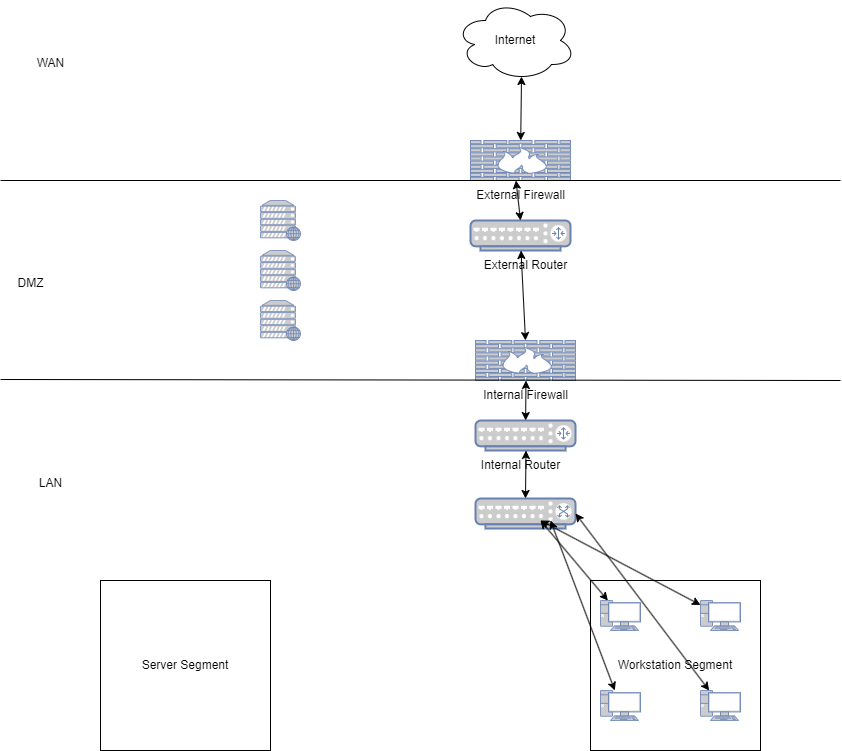
Before: secure network design.drawio.png, a diagram exported from draw.io (owen-rich/Network-Security). Source tidied: cells renumbered, new cells last; positions are measured from the earlier drawing's top-left corner, leaving out a move shared by most shapes.
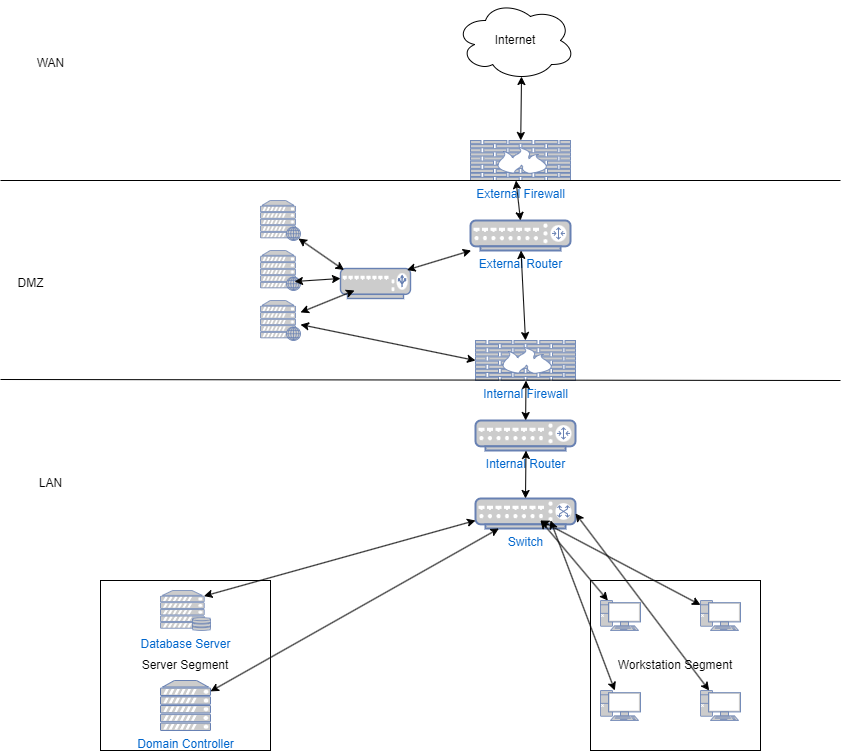
The same file after the commit.

The edit, as a diff of the source:
```diff
@@ -2,24 +2,18 @@
   <root>
     <mxCell id="0" />
     <mxCell id="1" parent="0" />
-    <mxCell id="2" style="fontColor=#0066CC;verticalAlign=top;verticalLabelPosition=bottom;labelPosition=center;align=center;html=1;outlineConnect=0;fillColor=#CCCCCC;strokeColor=#6881B3;gradientColor=none;gradientDirection=north;strokeWidth=2;shape=mxgraph.networks.firewall;" parent="1" vertex="1">
+    <mxCell id="2" value="External Firewall" style="fontColor=#0066CC;verticalAlign=top;verticalLabelPosition=bottom;labelPosition=center;align=center;html=1;outlineConnect=0;fillColor=#CCCCCC;strokeColor=#6881B3;gradientColor=none;gradientDirection=north;strokeWidth=2;shape=mxgraph.networks.firewall;" parent="1" vertex="1">
       <mxGeometry x="470" y="140" width="100" height="40" as="geometry" />
     </mxCell>
-    <mxCell id="3" value="External Firewall" style="text;html=1;align=center;verticalAlign=middle;strokeColor=none;fillColor=none;" parent="1" vertex="1">
-      <mxGeometry x="465" y="180" width="110" height="30" as="geometry" />
-    </mxCell>
     <mxCell id="4" value="Internet" style="ellipse;shape=cloud;whiteSpace=wrap;html=1;" parent="1" vertex="1">
       <mxGeometry x="455" width="120" height="80" as="geometry" />
     </mxCell>
     <mxCell id="5" style="endArrow=classic;startArrow=classic;html=1;rounded=0;entryX=0.55;entryY=0.95;entryDx=0;entryDy=0;entryPerimeter=0;" parent="1" edge="1" source="2" target="4">
       <mxGeometry relative="1" as="geometry" />
     </mxCell>
-    <mxCell id="6" style="fontColor=#0066CC;verticalAlign=top;verticalLabelPosition=bottom;labelPosition=center;align=center;html=1;outlineConnect=0;fillColor=#CCCCCC;strokeColor=#6881B3;gradientColor=none;gradientDirection=north;strokeWidth=2;shape=mxgraph.networks.firewall;" parent="1" vertex="1">
+    <mxCell id="6" value="Internal Firewall" style="fontColor=#0066CC;verticalAlign=top;verticalLabelPosition=bottom;labelPosition=center;align=center;html=1;outlineConnect=0;fillColor=#CCCCCC;strokeColor=#6881B3;gradientColor=none;gradientDirection=north;strokeWidth=2;shape=mxgraph.networks.firewall;" parent="1" vertex="1">
       <mxGeometry x="475" y="340" width="100" height="40" as="geometry" />
     </mxCell>
-    <mxCell id="7" value="Internal Firewall" style="text;html=1;align=center;verticalAlign=middle;strokeColor=none;fillColor=none;" parent="1" vertex="1">
-      <mxGeometry x="470" y="380" width="110" height="30" as="geometry" />
-    </mxCell>
     <mxCell id="8" style="endArrow=none;html=1;rounded=0;" parent="1" edge="1">
       <mxGeometry relative="1" as="geometry">
         <mxPoint y="180" as="sourcePoint" />
@@ -35,25 +29,19 @@
     <mxCell id="10" value="DMZ" style="text;html=1;align=center;verticalAlign=middle;strokeColor=none;fillColor=none;" parent="1" vertex="1">
       <mxGeometry x="5" y="268" width="50" height="30" as="geometry" />
     </mxCell>
-    <mxCell id="11" style="fontColor=#0066CC;verticalAlign=top;verticalLabelPosition=bottom;labelPosition=center;align=center;html=1;outlineConnect=0;fillColor=#CCCCCC;strokeColor=#6881B3;gradientColor=none;gradientDirection=north;strokeWidth=2;shape=mxgraph.networks.router;" parent="1" vertex="1">
+    <mxCell id="11" value="External Router" style="fontColor=#0066CC;verticalAlign=top;verticalLabelPosition=bottom;labelPosition=center;align=center;html=1;outlineConnect=0;fillColor=#CCCCCC;strokeColor=#6881B3;gradientColor=none;gradientDirection=north;strokeWidth=2;shape=mxgraph.networks.router;" parent="1" vertex="1">
       <mxGeometry x="470" y="220" width="100" height="30" as="geometry" />
     </mxCell>
-    <mxCell id="12" value="External Router" style="text;html=1;align=center;verticalAlign=middle;strokeColor=none;fillColor=none;" parent="1" vertex="1">
-      <mxGeometry x="470" y="250" width="110" height="30" as="geometry" />
-    </mxCell>
-    <mxCell id="13" style="fontColor=#0066CC;verticalAlign=top;verticalLabelPosition=bottom;labelPosition=center;align=center;html=1;outlineConnect=0;fillColor=#CCCCCC;strokeColor=#6881B3;gradientColor=none;gradientDirection=north;strokeWidth=2;shape=mxgraph.networks.router;" parent="1" vertex="1">
+    <mxCell id="13" value="Internal Router" style="fontColor=#0066CC;verticalAlign=top;verticalLabelPosition=bottom;labelPosition=center;align=center;html=1;outlineConnect=0;fillColor=#CCCCCC;strokeColor=#6881B3;gradientColor=none;gradientDirection=north;strokeWidth=2;shape=mxgraph.networks.router;" parent="1" vertex="1">
       <mxGeometry x="475" y="420" width="100" height="30" as="geometry" />
     </mxCell>
-    <mxCell id="14" value="Internal Router" style="text;html=1;align=center;verticalAlign=middle;strokeColor=none;fillColor=none;" parent="1" vertex="1">
-      <mxGeometry x="470" y="450" width="100" height="30" as="geometry" />
-    </mxCell>
     <mxCell id="15" value="WAN" style="text;html=1;align=center;verticalAlign=middle;strokeColor=none;fillColor=none;" parent="1" vertex="1">
       <mxGeometry x="25" y="48" width="50" height="30" as="geometry" />
     </mxCell>
     <mxCell id="16" value="LAN" style="text;html=1;align=center;verticalAlign=middle;strokeColor=none;fillColor=none;" parent="1" vertex="1">
       <mxGeometry x="25" y="468" width="50" height="30" as="geometry" />
     </mxCell>
-    <mxCell id="17" style="fontColor=#0066CC;verticalAlign=top;verticalLabelPosition=bottom;labelPosition=center;align=center;html=1;outlineConnect=0;fillColor=#CCCCCC;strokeColor=#6881B3;gradientColor=none;gradientDirection=north;strokeWidth=2;shape=mxgraph.networks.switch;" parent="1" vertex="1">
+    <mxCell id="17" value="Switch" style="fontColor=#0066CC;verticalAlign=top;verticalLabelPosition=bottom;labelPosition=center;align=center;html=1;outlineConnect=0;fillColor=#CCCCCC;strokeColor=#6881B3;gradientColor=none;gradientDirection=north;strokeWidth=2;shape=mxgraph.networks.switch;" parent="1" vertex="1">
       <mxGeometry x="475" y="498" width="100" height="30" as="geometry" />
     </mxCell>
     <mxCell id="18" style="endArrow=classic;startArrow=classic;html=1;rounded=0;entryX=0.55;entryY=0.95;entryDx=0;entryDy=0;entryPerimeter=0;exitX=0.5;exitY=0;exitDx=0;exitDy=0;exitPerimeter=0;" parent="1" edge="1" source="11">
@@ -121,5 +109,39 @@
     <mxCell id="34" style="fontColor=#0066CC;verticalAlign=top;verticalLabelPosition=bottom;labelPosition=center;align=center;html=1;outlineConnect=0;fillColor=#CCCCCC;strokeColor=#6881B3;gradientColor=none;gradientDirection=north;strokeWidth=2;shape=mxgraph.networks.web_server;" parent="1" vertex="1">
       <mxGeometry x="260" y="300" width="40" height="40" as="geometry" />
     </mxCell>
+    <mxCell id="35" style="fontColor=#0066CC;verticalAlign=top;verticalLabelPosition=bottom;labelPosition=center;align=center;html=1;outlineConnect=0;fillColor=#CCCCCC;strokeColor=#6881B3;gradientColor=none;gradientDirection=north;strokeWidth=2;shape=mxgraph.networks.load_balancer;" parent="1" vertex="1">
+      <mxGeometry x="340" y="268" width="70" height="30" as="geometry" />
+    </mxCell>
+    <mxCell id="36" style="endArrow=classic;startArrow=classic;html=1;rounded=0;exitX=0.95;exitY=0.05;exitDx=0;exitDy=0;exitPerimeter=0;" parent="1" edge="1" source="35" target="11">
+      <mxGeometry relative="1" as="geometry" />
+    </mxCell>
+    <mxCell id="37" style="endArrow=classic;startArrow=classic;html=1;rounded=0;" parent="1" edge="1" source="34">
+      <mxGeometry relative="1" as="geometry">
+        <mxPoint x="354" y="290" as="targetPoint" />
+      </mxGeometry>
+    </mxCell>
+    <mxCell id="38" style="endArrow=classic;startArrow=classic;html=1;rounded=0;exitX=0.85;exitY=0.775;exitDx=0;exitDy=0;exitPerimeter=0;" parent="1" edge="1" source="33">
+      <mxGeometry relative="1" as="geometry">
+        <mxPoint x="340" y="278" as="targetPoint" />
+      </mxGeometry>
+    </mxCell>
+    <mxCell id="39" style="endArrow=classic;startArrow=classic;html=1;rounded=0;exitX=0.95;exitY=0.95;exitDx=0;exitDy=0;exitPerimeter=0;entryX=0.05;entryY=0.05;entryDx=0;entryDy=0;entryPerimeter=0;" parent="1" edge="1" source="32" target="35">
+      <mxGeometry relative="1" as="geometry" />
+    </mxCell>
+    <mxCell id="40" value="Database Server" style="fontColor=#0066CC;verticalAlign=top;verticalLabelPosition=bottom;labelPosition=center;align=center;html=1;outlineConnect=0;fillColor=#CCCCCC;strokeColor=#6881B3;gradientColor=none;gradientDirection=north;strokeWidth=2;shape=mxgraph.networks.server_storage;" parent="1" vertex="1">
+      <mxGeometry x="160" y="590" width="50" height="40" as="geometry" />
+    </mxCell>
+    <mxCell id="41" style="endArrow=classic;startArrow=classic;html=1;rounded=0;entryX=0;entryY=0.5;entryDx=0;entryDy=0;entryPerimeter=0;" parent="1" edge="1" source="34" target="6">
+      <mxGeometry relative="1" as="geometry" />
+    </mxCell>
+    <mxCell id="42" style="endArrow=classic;startArrow=classic;html=1;rounded=0;exitX=0.87;exitY=0.14;exitDx=0;exitDy=0;exitPerimeter=0;entryX=0;entryY=0.733;entryDx=0;entryDy=0;entryPerimeter=0;" parent="1" edge="1" source="40" target="17">
+      <mxGeometry relative="1" as="geometry" />
+    </mxCell>
+    <mxCell id="43" value="Domain Controller" style="fontColor=#0066CC;verticalAlign=top;verticalLabelPosition=bottom;labelPosition=center;align=center;html=1;outlineConnect=0;fillColor=#CCCCCC;strokeColor=#6881B3;gradientColor=none;gradientDirection=north;strokeWidth=2;shape=mxgraph.networks.server;" parent="1" vertex="1">
+      <mxGeometry x="160" y="680" width="50" height="50" as="geometry" />
+    </mxCell>
+    <mxCell id="44" style="endArrow=classic;startArrow=classic;html=1;rounded=0;" parent="1" edge="1" source="43" target="17">
+      <mxGeometry relative="1" as="geometry" />
+    </mxCell>
   </root>
 </mxGraphModel>
```
